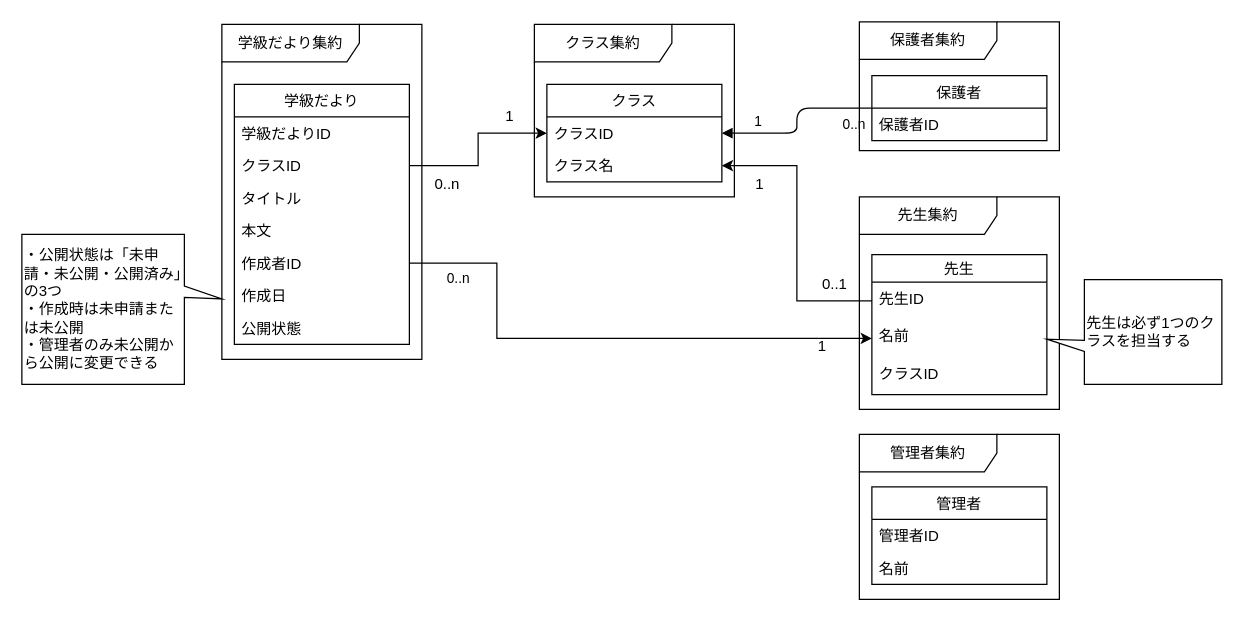
yuma-ito-bd/school-times-api keeps this draw.io diagram as page "ドメインモデル図" (2 of 3) of SchoolTimes.drawio. Above is the earlier version. Source tidied: cells renumbered, new cells numbered last; positions are measured from the earlier drawing's top-left corner, leaving out a move shared by most shapes. Both pictures are drawn from the tidied source at 125%, with x=0, y=0 at pixel (21, 21).
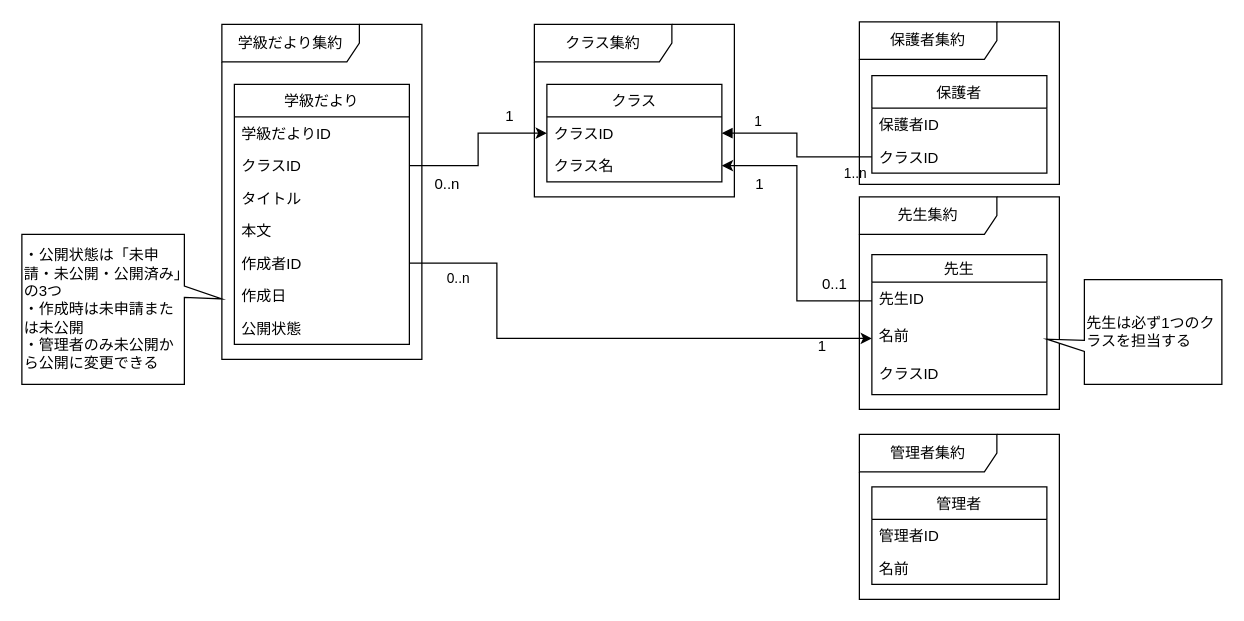
The same page after the edit.

The change refers to these unchanged cells:
```xml
<mxCell id="33" value="クラスID" style="text;strokeColor=none;fillColor=none;align=left;verticalAlign=top;spacingLeft=4;spacingRight=4;overflow=hidden;points=[[0,0.5],[1,0.5]];portConstraint=eastwest;" parent="32" vertex="1">
  <mxGeometry y="26" width="140" height="26" as="geometry" />
</mxCell>
```

Change to the diagram source:
```diff
@@
-    <mxCell id="12" value="0..n" style="endArrow=block;endFill=1;html=1;edgeStyle=orthogonalEdgeStyle;align=left;verticalAlign=top;exitX=0;exitY=0.5;exitDx=0;exitDy=0;entryX=1;entryY=0.5;entryDx=0;entryDy=0;" parent="1" edge="1" source="23" target="33">
+    <mxCell id="12" value="1..n" style="endArrow=block;endFill=1;html=1;edgeStyle=orthogonalEdgeStyle;align=left;verticalAlign=top;exitX=0;exitY=0.5;exitDx=0;exitDy=0;entryX=1;entryY=0.5;entryDx=0;entryDy=0;rounded=0;" parent="1" edge="1" source="44" target="33">
       <mxGeometry x="-0.65" relative="1" as="geometry" />
     </mxCell>
@@
-    <mxCell id="21" style="group;" parent="1" vertex="1">
-      <mxGeometry x="670" width="160" height="103" as="geometry" />
+    <mxCell id="21" style="group;fontStyle=1;" parent="1" vertex="1">
+      <mxGeometry x="670" width="160" height="130" as="geometry" />
     </mxCell>
     <mxCell id="22" value="保護者集約" style="shape=umlFrame;whiteSpace=wrap;html=1;width=110;height=30;" parent="21" vertex="1">
-      <mxGeometry width="160" height="103" as="geometry" />
+      <mxGeometry width="160" height="130" as="geometry" />
     </mxCell>
     <mxCell id="23" value="保護者" style="swimlane;fontStyle=0;horizontal=1;startSize=26;fillColor=none;" parent="21" vertex="1">
-      <mxGeometry x="10" y="43" width="140" height="52" as="geometry" />
+      <mxGeometry x="10" y="43" width="140" height="78" as="geometry" />
     </mxCell>
@@
+    <mxCell id="44" value="クラスID" style="text;strokeColor=none;fillColor=none;align=left;verticalAlign=top;spacingLeft=4;spacingRight=4;overflow=hidden;points=[[0,0.5],[1,0.5]];portConstraint=eastwest;" parent="23" vertex="1">
+      <mxGeometry y="52" width="140" height="26" as="geometry" />
+    </mxCell>
```
